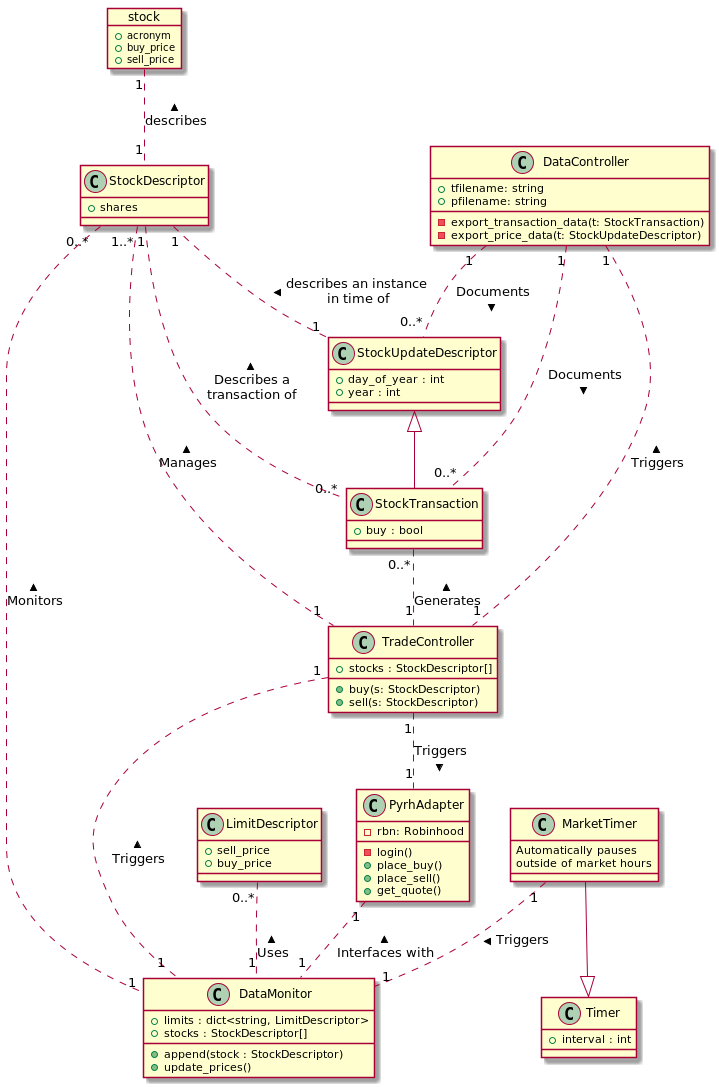
Before: Domain_Model_Diagram.png, a diagram exported from PlantUML (aaron-jencks/alpaca_stock_tradebot).
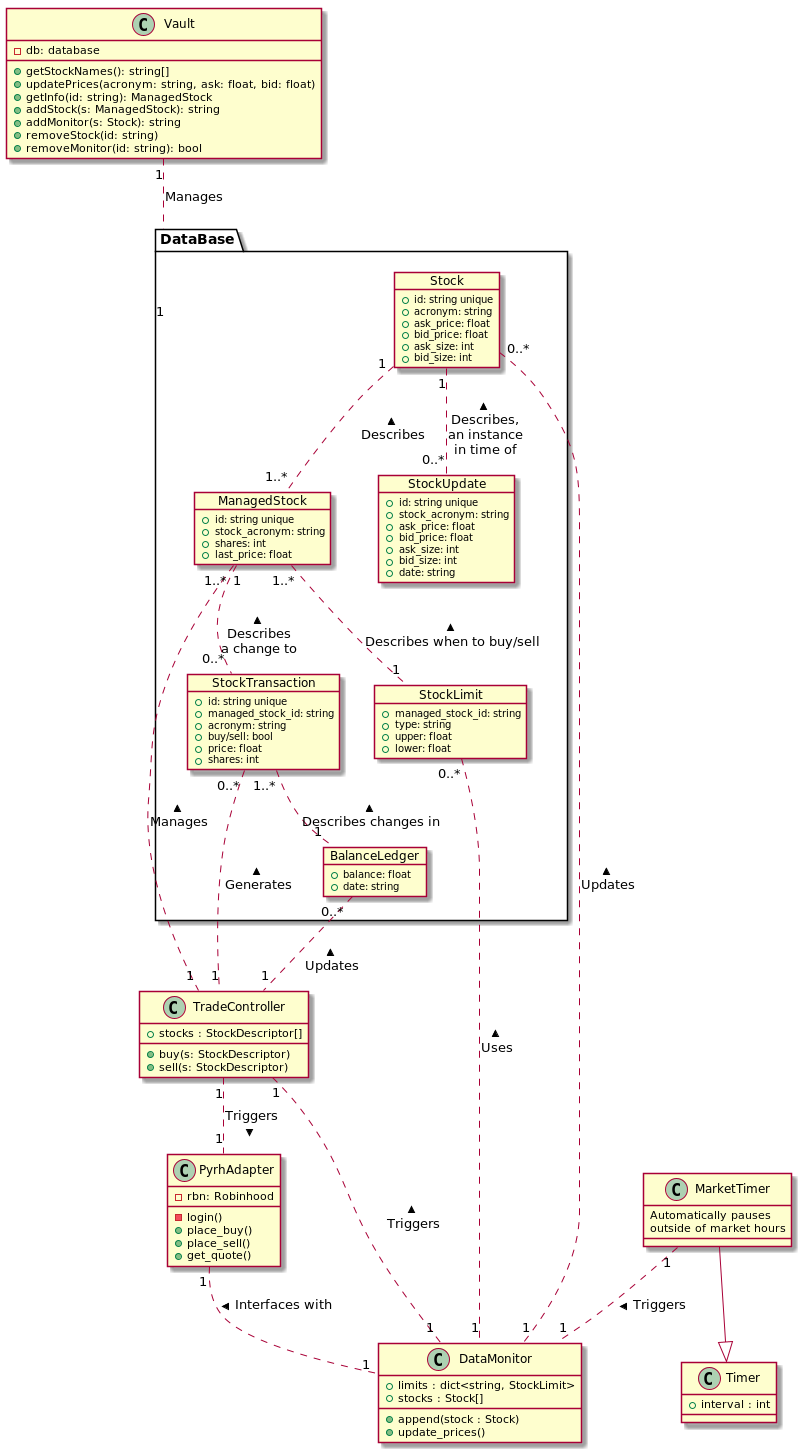
The same file after the commit.

Commit message:
Added SQL design

Diff of the diagram source:
```diff
@@ -1,28 +1,74 @@
 @startuml "Domain Model Diagram"
 
-object stock {
-    + acronym
-    + buy_price
-    + sell_price
+package "DataBase" {
+
+    object Stock {
+        + id: string unique
+        + acronym: string
+        + ask_price: float
+        + bid_price: float
+        + ask_size: int
+        + bid_size: int
+    }
+
+    object ManagedStock {
+        + id: string unique
+        + stock_acronym: string
+        + shares: int
+        + last_price: float
+    }
+
+    object StockUpdate {
+        + id: string unique
+        + stock_acronym: string
+        + ask_price: float
+        + bid_price: float
+        + ask_size: int
+        + bid_size: int
+        + date: string
+    }
+
+    object StockTransaction {
+        + id: string unique
+        + managed_stock_id: string
+        + acronym: string
+        + buy/sell: bool
+        + price: float
+        + shares: int
+    }
+
+    object StockLimit {
+        + managed_stock_id: string
+        + type: string
+        + upper: float
+        + lower: float
+    }
+
+    object BalanceLedger {
+        + balance: float
+        + date: string
+    }
+
+    Stock "1" .. "1..*" ManagedStock : < Describes
+    Stock "1" .. "0..*" StockUpdate : < Describes,\nan instance\nin time of
+    ManagedStock "1" .. "0..*" StockTransaction : < Describes\na change to
+    ManagedStock "1..*" .. "1" StockLimit : < Describes when to buy/sell
+    StockTransaction "1..*" .. "1" BalanceLedger : < Describes changes in
+
 }
 
-class StockDescriptor {
-    + shares
+class Vault {
+    - db: database
+    + getStockNames(): string[]
+    + updatePrices(acronym: string, ask: float, bid: float)
+    + getInfo(id: string): ManagedStock
+    + addStock(s: ManagedStock): string
+    + addMonitor(s: Stock): string
+    + removeStock(id: string)
+    + removeMonitor(id: string): bool
 }
 
-class StockUpdateDescriptor {
-    + day_of_year : int
-    + year : int
-}
-
-StockDescriptor "1" .. "1" StockUpdateDescriptor : < describes an instance\n in time of
-
-class LimitDescriptor {
-    + sell_price
-    + buy_price
-}
-
-stock "1" .. "1" StockDescriptor : < describes
+Vault "1" .. "1" DataBase : Manages
 
 class TradeController {
     + stocks : StockDescriptor[]
@@ -30,7 +76,9 @@
     + sell(s: StockDescriptor)
 }
 
-StockDescriptor "1..*" .. "1" TradeController : < Manages
+ManagedStock "1..*" .. "1" TradeController : < Manages
+StockTransaction "0..*" .. "1" TradeController : < Generates
+BalanceLedger "0..*" .. "1" TradeController : < Updates
 
 class PyrhAdapter {
     - rbn: Robinhood
@@ -43,15 +91,15 @@
 TradeController "1" .. "1" PyrhAdapter : > Triggers
 
 class DataMonitor {
-    + limits : dict<string, LimitDescriptor>
-    + stocks : StockDescriptor[]
-    + append(stock : StockDescriptor)
+    + limits : dict<string, StockLimit>
+    + stocks : Stock[]
+    + append(stock : Stock)
     + update_prices()
 }
 
 TradeController "1" .. "1" DataMonitor : < Triggers
-StockDescriptor "0..*" .. "1" DataMonitor : < Monitors
-LimitDescriptor "0..*" .. "1" DataMonitor : < Uses
+Stock "0..*" .. "1" DataMonitor : < Updates
+StockLimit "0..*" .. "1" DataMonitor : < Uses
 PyrhAdapter "1" .. "1" DataMonitor : < Interfaces with
 
 class Timer {
@@ -66,25 +114,4 @@
 
 MarketTimer "1" .. "1" DataMonitor : > Triggers
 
-class StockTransaction {
-    + buy : bool
-}
-
-StockUpdateDescriptor <|-- StockTransaction
-
-StockDescriptor "1" .. "0..*" StockTransaction : < Describes a\ntransaction of
-
-StockTransaction "0..*" .. "1" TradeController : < Generates
-
-class DataController {
-    + tfilename: string
-    + pfilename: string
-    - export_transaction_data(t: StockTransaction)
-    - export_price_data(t: StockUpdateDescriptor)
-}
-
-DataController "1" .. "1" TradeController : < Triggers
-DataController "1" .. "0..*" StockTransaction : > Documents
-DataController "1" .. "0..*" StockUpdateDescriptor : > Documents
-
 @enduml
```
